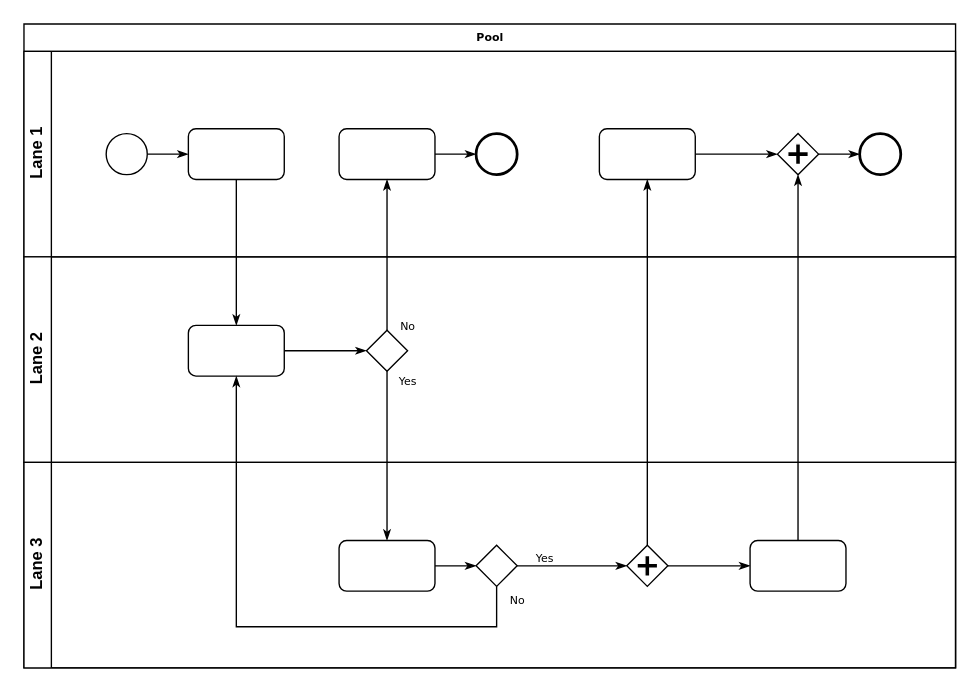
Above: Untitled Diagram.drawio in firebear-ssl/ssl (draw.io), before the change. Source tidied: cells renumbered, new cells numbered last; positions are measured from the earlier drawing's top-left corner, leaving out a move shared by most shapes. Both pictures are drawn from the tidied source at 137%, with x=0, y=0 at pixel (23, 23).
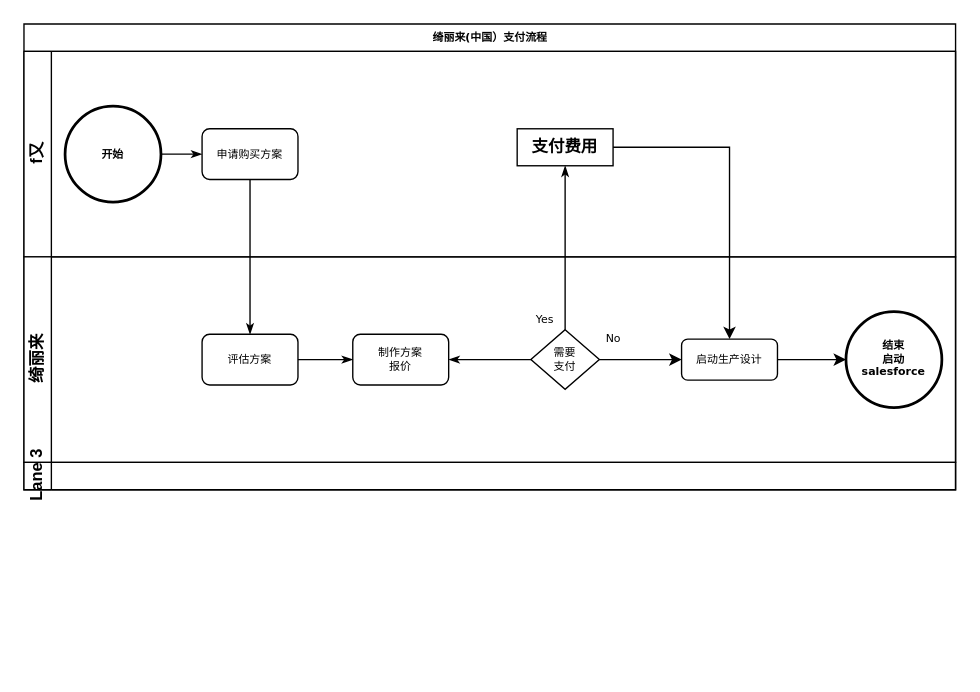
Above is the later version.

Commit message:
绮丽来支付流程V1.00.drawio

Change to the diagram source:
```diff
@@
-    <mxCell id="2" value="Pool" style="swimlane;html=1;horizontal=1;startSize=20;rounded=0;shadow=0;labelBackgroundColor=none;strokeWidth=1;fontFamily=Verdana;fontSize=8;align=center;" parent="1" vertex="1">
-      <mxGeometry width="680" height="470" as="geometry" />
+    <mxCell id="2" value="绮丽来(中国）支付流程" style="swimlane;html=1;horizontal=1;startSize=20;rounded=0;shadow=0;labelBackgroundColor=none;strokeWidth=1;fontFamily=Verdana;fontSize=8;align=center;" parent="1" vertex="1">
+      <mxGeometry width="680" height="340" as="geometry" />
     </mxCell>
-    <mxCell id="3" value="Lane 1" style="swimlane;html=1;startSize=20;horizontal=0;" parent="2" vertex="1">
+    <mxCell id="3" value="f又" style="swimlane;html=1;startSize=20;horizontal=0;" parent="2" vertex="1">
       <mxGeometry y="20" width="680" height="150" as="geometry" />
     </mxCell>
@@
-    <mxCell id="5" style="ellipse;whiteSpace=wrap;html=1;rounded=0;shadow=0;labelBackgroundColor=none;strokeWidth=1;fontFamily=Verdana;fontSize=8;align=center;" parent="3" vertex="1">
-      <mxGeometry x="60" y="60" width="30" height="30" as="geometry" />
+    <mxCell id="5" value="开始" style="ellipse;whiteSpace=wrap;html=1;rounded=0;shadow=0;labelBackgroundColor=none;strokeWidth=2;fontFamily=Verdana;fontSize=8;align=center;fontStyle=1;" parent="3" vertex="1">
+      <mxGeometry x="30" y="40" width="70" height="70" as="geometry" />
     </mxCell>
-    <mxCell id="6" style="rounded=1;whiteSpace=wrap;html=1;shadow=0;labelBackgroundColor=none;strokeWidth=1;fontFamily=Verdana;fontSize=8;align=center;" parent="3" vertex="1">
-      <mxGeometry x="120" y="56.5" width="70" height="37" as="geometry" />
+    <mxCell id="6" value="申请购买方案" style="rounded=1;whiteSpace=wrap;html=1;shadow=0;labelBackgroundColor=none;strokeWidth=1;fontFamily=Verdana;fontSize=8;align=center;" parent="3" vertex="1">
+      <mxGeometry x="130" y="56.5" width="70" height="37" as="geometry" />
     </mxCell>
-    <mxCell id="7" style="edgeStyle=orthogonalEdgeStyle;rounded=0;html=1;labelBackgroundColor=none;startArrow=none;startFill=0;startSize=5;endArrow=classicThin;endFill=1;endSize=5;jettySize=auto;strokeWidth=1;fontFamily=Verdana;fontSize=8;" parent="3" edge="1" source="8" target="9">
-      <mxGeometry relative="1" as="geometry" />
-    </mxCell>
+    <mxCell id="33" value="支付费用" style="rounded=0;whiteSpace=wrap;html=1;fontStyle=1;" parent="3" vertex="1">
+      <mxGeometry x="360" y="56.5" width="70" height="27" as="geometry" />
+    </mxCell>
+    <mxCell id="15" value="绮丽来" style="swimlane;html=1;startSize=20;horizontal=0;" parent="2" vertex="1">
+      <mxGeometry y="170" width="680" height="150" as="geometry" />
+    </mxCell>
+    <mxCell id="34" style="edgeStyle=orthogonalEdgeStyle;rounded=0;jettySize=auto;html=1;entryX=0;entryY=0.5;entryDx=0;entryDy=0;" parent="15" edge="1" source="18" target="11">
+      <mxGeometry relative="1" as="geometry" />
+    </mxCell>
+    <mxCell id="18" value="&lt;div&gt;需要&lt;/div&gt;&lt;div&gt;支付&lt;/div&gt;" style="strokeWidth=1;html=1;shape=mxgraph.flowchart.decision;whiteSpace=wrap;rounded=1;shadow=0;labelBackgroundColor=none;fontFamily=Verdana;fontSize=8;align=center;" parent="15" vertex="1">
+      <mxGeometry x="370" y="53.2" width="50" height="43.5" as="geometry" />
+    </mxCell>
+    <mxCell id="17" value="评估方案" style="rounded=1;whiteSpace=wrap;html=1;shadow=0;labelBackgroundColor=none;strokeWidth=1;fontFamily=Verdana;fontSize=8;align=center;" parent="15" vertex="1">
+      <mxGeometry x="130" y="56.5" width="70" height="37" as="geometry" />
+    </mxCell>
-    <mxCell id="8" style="rounded=1;whiteSpace=wrap;html=1;shadow=0;labelBackgroundColor=none;strokeWidth=1;fontFamily=Verdana;fontSize=8;align=center;" parent="3" vertex="1">
-      <mxGeometry x="230" y="56.5" width="70" height="37" as="geometry" />
+    <mxCell id="8" value="&lt;div&gt;制作方案&lt;/div&gt;&lt;div&gt;报价&lt;/div&gt;" style="rounded=1;whiteSpace=wrap;html=1;shadow=0;labelBackgroundColor=none;strokeWidth=1;fontFamily=Verdana;fontSize=8;align=center;" parent="15" vertex="1">
+      <mxGeometry x="240" y="56.5" width="70" height="37" as="geometry" />
     </mxCell>
-    <mxCell id="9" style="ellipse;whiteSpace=wrap;html=1;rounded=0;shadow=0;labelBackgroundColor=none;strokeWidth=2;fontFamily=Verdana;fontSize=8;align=center;" parent="3" vertex="1">
-      <mxGeometry x="330" y="60" width="30" height="30" as="geometry" />
-    </mxCell>
-    <mxCell id="10" style="edgeStyle=orthogonalEdgeStyle;rounded=0;html=1;entryX=0;entryY=0.5;labelBackgroundColor=none;startArrow=none;startFill=0;startSize=5;endArrow=classicThin;endFill=1;endSize=5;jettySize=auto;strokeWidth=1;fontFamily=Verdana;fontSize=8;" parent="3" edge="1" source="11" target="13">
-      <mxGeometry relative="1" as="geometry" />
-    </mxCell>
+    <mxCell id="28" value="No" style="edgeStyle=orthogonalEdgeStyle;rounded=0;html=1;labelBackgroundColor=none;startArrow=none;startFill=0;startSize=5;endArrow=classicThin;endFill=1;endSize=5;jettySize=auto;strokeWidth=1;fontFamily=Verdana;fontSize=8;" parent="15" edge="1" source="18" target="8">
+      <mxGeometry x="-1" y="-62" relative="1" as="geometry">
+        <mxPoint x="60" y="47" as="offset" />
+      </mxGeometry>
+    </mxCell>
+    <mxCell id="16" style="edgeStyle=orthogonalEdgeStyle;rounded=0;html=1;labelBackgroundColor=none;startArrow=none;startFill=0;startSize=5;endArrow=classicThin;endFill=1;endSize=5;jettySize=auto;strokeWidth=1;fontFamily=Verdana;fontSize=8;entryX=0;entryY=0.5;entryDx=0;entryDy=0;" parent="15" edge="1" source="17" target="8">
+      <mxGeometry relative="1" as="geometry" />
+    </mxCell>
+    <mxCell id="35" style="edgeStyle=orthogonalEdgeStyle;rounded=0;jettySize=auto;html=1;exitX=1;exitY=0.5;exitDx=0;exitDy=0;entryX=0;entryY=0.5;entryDx=0;entryDy=0;" parent="15" edge="1" source="11" target="14">
+      <mxGeometry relative="1" as="geometry" />
+    </mxCell>
-    <mxCell id="11" style="rounded=1;whiteSpace=wrap;html=1;shadow=0;labelBackgroundColor=none;strokeWidth=1;fontFamily=Verdana;fontSize=8;align=center;" parent="3" vertex="1">
-      <mxGeometry x="420" y="56.5" width="70" height="37" as="geometry" />
+    <mxCell id="11" value="启动生产设计" style="rounded=1;whiteSpace=wrap;html=1;shadow=0;labelBackgroundColor=none;strokeWidth=1;fontFamily=Verdana;fontSize=8;align=center;" parent="15" vertex="1">
+      <mxGeometry x="480" y="60" width="70" height="30" as="geometry" />
     </mxCell>
-    <mxCell id="12" style="edgeStyle=orthogonalEdgeStyle;rounded=0;html=1;labelBackgroundColor=none;startArrow=none;startFill=0;startSize=5;endArrow=classicThin;endFill=1;endSize=5;jettySize=auto;strokeWidth=1;fontFamily=Verdana;fontSize=8;" parent="3" edge="1" source="13" target="14">
-      <mxGeometry relative="1" as="geometry" />
-    </mxCell>
-    <mxCell id="13" style="shape=mxgraph.bpmn.shape;html=1;verticalLabelPosition=bottom;labelBackgroundColor=#ffffff;verticalAlign=top;perimeter=rhombusPerimeter;background=gateway;outline=none;symbol=parallelGw;rounded=1;shadow=0;strokeWidth=1;fontFamily=Verdana;fontSize=8;align=center;" parent="3" vertex="1">
-      <mxGeometry x="550" y="60" width="30" height="30" as="geometry" />
-    </mxCell>
-    <mxCell id="14" style="ellipse;whiteSpace=wrap;html=1;rounded=0;shadow=0;labelBackgroundColor=none;strokeWidth=2;fontFamily=Verdana;fontSize=8;align=center;" parent="3" vertex="1">
-      <mxGeometry x="610" y="60" width="30" height="30" as="geometry" />
+    <mxCell id="14" value="&lt;div&gt;结束&lt;/div&gt;&lt;div&gt;启动&lt;/div&gt;&lt;div&gt;salesforce&lt;br&gt;&lt;/div&gt;" style="ellipse;whiteSpace=wrap;html=1;rounded=0;shadow=0;labelBackgroundColor=none;strokeWidth=2;fontFamily=Verdana;fontSize=8;align=center;fontStyle=1;" parent="15" vertex="1">
+      <mxGeometry x="600" y="40" width="70" height="70" as="geometry" />
     </mxCell>
-    <mxCell id="15" value="Lane 2" style="swimlane;html=1;startSize=20;horizontal=0;" parent="2" vertex="1">
-      <mxGeometry y="170" width="680" height="150" as="geometry" />
-    </mxCell>
-    <mxCell id="16" style="edgeStyle=orthogonalEdgeStyle;rounded=0;html=1;labelBackgroundColor=none;startArrow=none;startFill=0;startSize=5;endArrow=classicThin;endFill=1;endSize=5;jettySize=auto;strokeWidth=1;fontFamily=Verdana;fontSize=8;" parent="15" edge="1" source="17" target="18">
-      <mxGeometry relative="1" as="geometry" />
-    </mxCell>
-    <mxCell id="17" style="rounded=1;whiteSpace=wrap;html=1;shadow=0;labelBackgroundColor=none;strokeWidth=1;fontFamily=Verdana;fontSize=8;align=center;" parent="15" vertex="1">
-      <mxGeometry x="120" y="50" width="70" height="37" as="geometry" />
-    </mxCell>
-    <mxCell id="18" style="strokeWidth=1;html=1;shape=mxgraph.flowchart.decision;whiteSpace=wrap;rounded=1;shadow=0;labelBackgroundColor=none;fontFamily=Verdana;fontSize=8;align=center;" parent="15" vertex="1">
-      <mxGeometry x="250" y="53.5" width="30" height="30" as="geometry" />
-    </mxCell>
-    <mxCell id="19" value="Lane 3" style="swimlane;html=1;startSize=20;horizontal=0;" parent="2" vertex="1">
-      <mxGeometry y="320" width="680" height="150" as="geometry" />
+    <mxCell id="19" value="Lane 3" style="swimlane;html=1;startSize=20;horizontal=0;" parent="2" vertex="1" collapsed="1">
+      <mxGeometry y="320" width="680" height="20" as="geometry" />
     </mxCell>
-    <mxCell id="20" style="edgeStyle=orthogonalEdgeStyle;rounded=0;html=1;labelBackgroundColor=none;startArrow=none;startFill=0;startSize=5;endArrow=classicThin;endFill=1;endSize=5;jettySize=auto;strokeWidth=1;fontFamily=Verdana;fontSize=8;" parent="19" edge="1" source="21" target="23">
-      <mxGeometry relative="1" as="geometry" />
-    </mxCell>
-    <mxCell id="21" style="rounded=1;whiteSpace=wrap;html=1;shadow=0;labelBackgroundColor=none;strokeWidth=1;fontFamily=Verdana;fontSize=8;align=center;" parent="19" vertex="1">
-      <mxGeometry x="230" y="57" width="70" height="37" as="geometry" />
-    </mxCell>
-    <mxCell id="22" value="Yes" style="edgeStyle=orthogonalEdgeStyle;rounded=0;html=1;entryX=0;entryY=0.5;labelBackgroundColor=none;startArrow=none;startFill=0;startSize=5;endArrow=classicThin;endFill=1;endSize=5;jettySize=auto;strokeWidth=1;fontFamily=Verdana;fontSize=8;" parent="19" edge="1" source="23" target="25">
-      <mxGeometry x="-0.5" y="6" relative="1" as="geometry" />
-    </mxCell>
-    <mxCell id="23" style="strokeWidth=1;html=1;shape=mxgraph.flowchart.decision;whiteSpace=wrap;rounded=1;shadow=0;labelBackgroundColor=none;fontFamily=Verdana;fontSize=8;align=center;" parent="19" vertex="1">
-      <mxGeometry x="330" y="60.5" width="30" height="30" as="geometry" />
-    </mxCell>
-    <mxCell id="24" style="edgeStyle=orthogonalEdgeStyle;rounded=0;html=1;labelBackgroundColor=none;startArrow=none;startFill=0;startSize=5;endArrow=classicThin;endFill=1;endSize=5;jettySize=auto;strokeColor=#000000;strokeWidth=1;fontFamily=Verdana;fontSize=8;fontColor=#000000;" parent="19" edge="1" source="25" target="26">
-      <mxGeometry relative="1" as="geometry" />
-    </mxCell>
-    <mxCell id="25" style="shape=mxgraph.bpmn.shape;html=1;verticalLabelPosition=bottom;labelBackgroundColor=#ffffff;verticalAlign=top;perimeter=rhombusPerimeter;background=gateway;outline=none;symbol=parallelGw;rounded=1;shadow=0;strokeWidth=1;fontFamily=Verdana;fontSize=8;align=center;" parent="19" vertex="1">
-      <mxGeometry x="440" y="60.5" width="30" height="30" as="geometry" />
-    </mxCell>
-    <mxCell id="26" style="rounded=1;whiteSpace=wrap;html=1;shadow=0;labelBackgroundColor=none;strokeWidth=1;fontFamily=Verdana;fontSize=8;align=center;" parent="19" vertex="1">
-      <mxGeometry x="530" y="57" width="70" height="37" as="geometry" />
-    </mxCell>
+    <mxCell id="29" value="Yes" style="edgeStyle=orthogonalEdgeStyle;rounded=0;html=1;labelBackgroundColor=none;startArrow=none;startFill=0;startSize=5;endArrow=classicThin;endFill=1;endSize=5;jettySize=auto;strokeWidth=1;fontFamily=Verdana;fontSize=8;entryX=0.5;entryY=1;entryDx=0;entryDy=0;" parent="2" edge="1" source="18" target="33">
+      <mxGeometry x="-0.89" y="15" relative="1" as="geometry" />
+    </mxCell>
@@
-    <mxCell id="28" value="No" style="edgeStyle=orthogonalEdgeStyle;rounded=0;html=1;labelBackgroundColor=none;startArrow=none;startFill=0;startSize=5;endArrow=classicThin;endFill=1;endSize=5;jettySize=auto;strokeWidth=1;fontFamily=Verdana;fontSize=8;" parent="2" edge="1" source="18" target="8">
-      <mxGeometry x="-0.94" y="-15" relative="1" as="geometry" />
-    </mxCell>
-    <mxCell id="29" value="Yes" style="edgeStyle=orthogonalEdgeStyle;rounded=0;html=1;labelBackgroundColor=none;startArrow=none;startFill=0;startSize=5;endArrow=classicThin;endFill=1;endSize=5;jettySize=auto;strokeWidth=1;fontFamily=Verdana;fontSize=8;" parent="2" edge="1" source="18" target="21">
-      <mxGeometry x="-0.89" y="15" relative="1" as="geometry" />
-    </mxCell>
-    <mxCell id="30" style="edgeStyle=orthogonalEdgeStyle;rounded=0;html=1;entryX=0.5;entryY=1;labelBackgroundColor=none;startArrow=none;startFill=0;startSize=5;endArrow=classicThin;endFill=1;endSize=5;jettySize=auto;strokeWidth=1;fontFamily=Verdana;fontSize=8;" parent="2" edge="1" source="26" target="13">
-      <mxGeometry relative="1" as="geometry" />
-    </mxCell>
-    <mxCell id="31" value="No" style="edgeStyle=orthogonalEdgeStyle;rounded=0;html=1;labelBackgroundColor=none;startArrow=none;startFill=0;startSize=5;endArrow=classicThin;endFill=1;endSize=5;jettySize=auto;strokeWidth=1;fontFamily=Verdana;fontSize=8;" parent="2" edge="1" source="23" target="17">
-      <mxGeometry x="-0.95" y="15" relative="1" as="geometry">
-        <Array as="points">
-          <mxPoint x="345" y="440" />
-          <mxPoint x="155" y="440" />
-        </Array>
-      </mxGeometry>
-    </mxCell>
-    <mxCell id="32" style="edgeStyle=orthogonalEdgeStyle;rounded=0;html=1;labelBackgroundColor=none;startArrow=none;startFill=0;startSize=5;endArrow=classicThin;endFill=1;endSize=5;jettySize=auto;strokeWidth=1;fontFamily=Verdana;fontSize=8;" parent="2" edge="1" source="25" target="11">
-      <mxGeometry relative="1" as="geometry" />
-    </mxCell>
+    <mxCell id="36" style="edgeStyle=orthogonalEdgeStyle;rounded=0;jettySize=auto;html=1;exitX=1;exitY=0.5;exitDx=0;exitDy=0;entryX=0.5;entryY=0;entryDx=0;entryDy=0;" parent="2" edge="1" source="33" target="11">
+      <mxGeometry relative="1" as="geometry" />
+    </mxCell>
```
